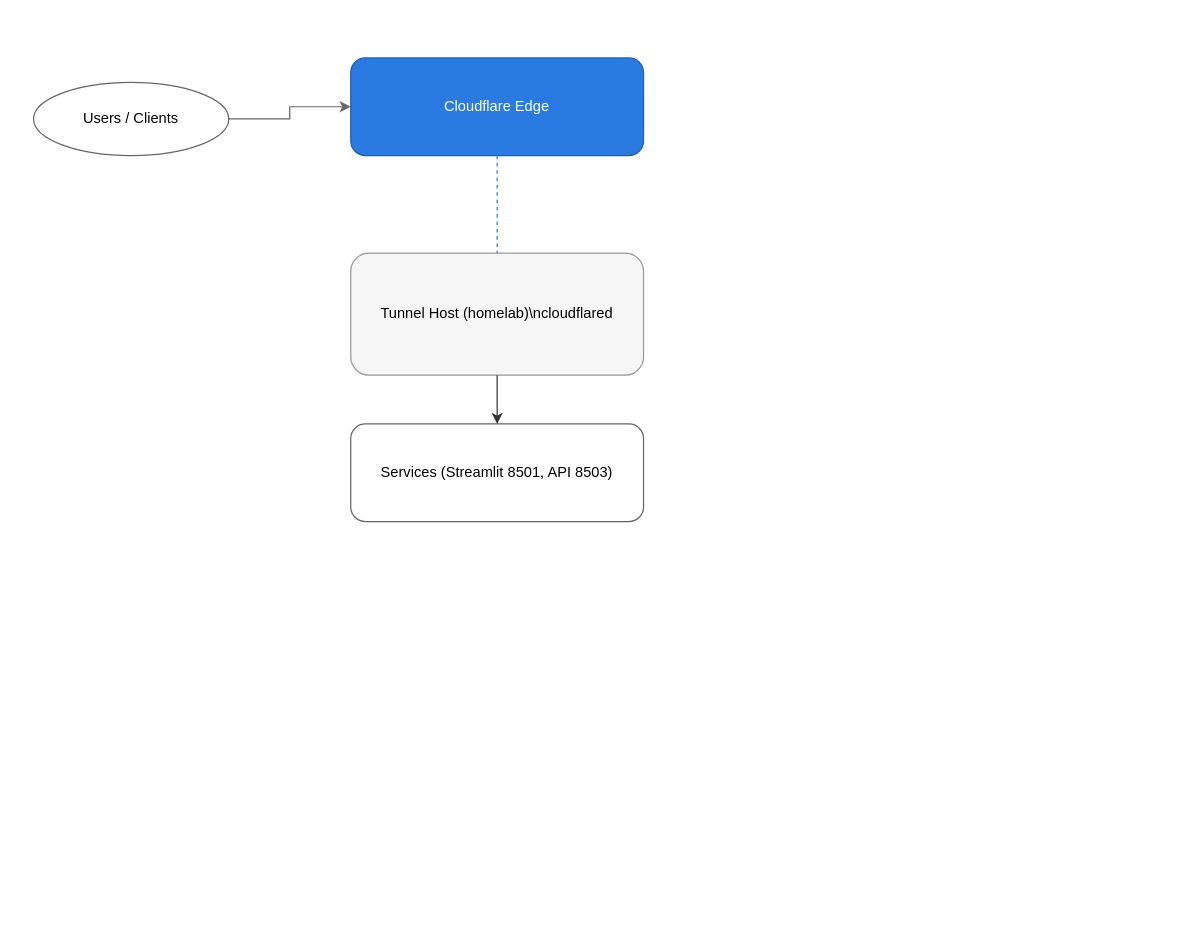
The draw.io diagram docs/diagrams/cloudflare_tunnel.drawio in eddiejdi/eddie-auto-dev, before the edit. Source tidied: cells renumbered, new cells numbered last; positions are measured from the earlier drawing's top-left corner, leaving out a move shared by most shapes. Both pictures are drawn from the tidied source at 122%, with x=0, y=0 at pixel (33, 57).
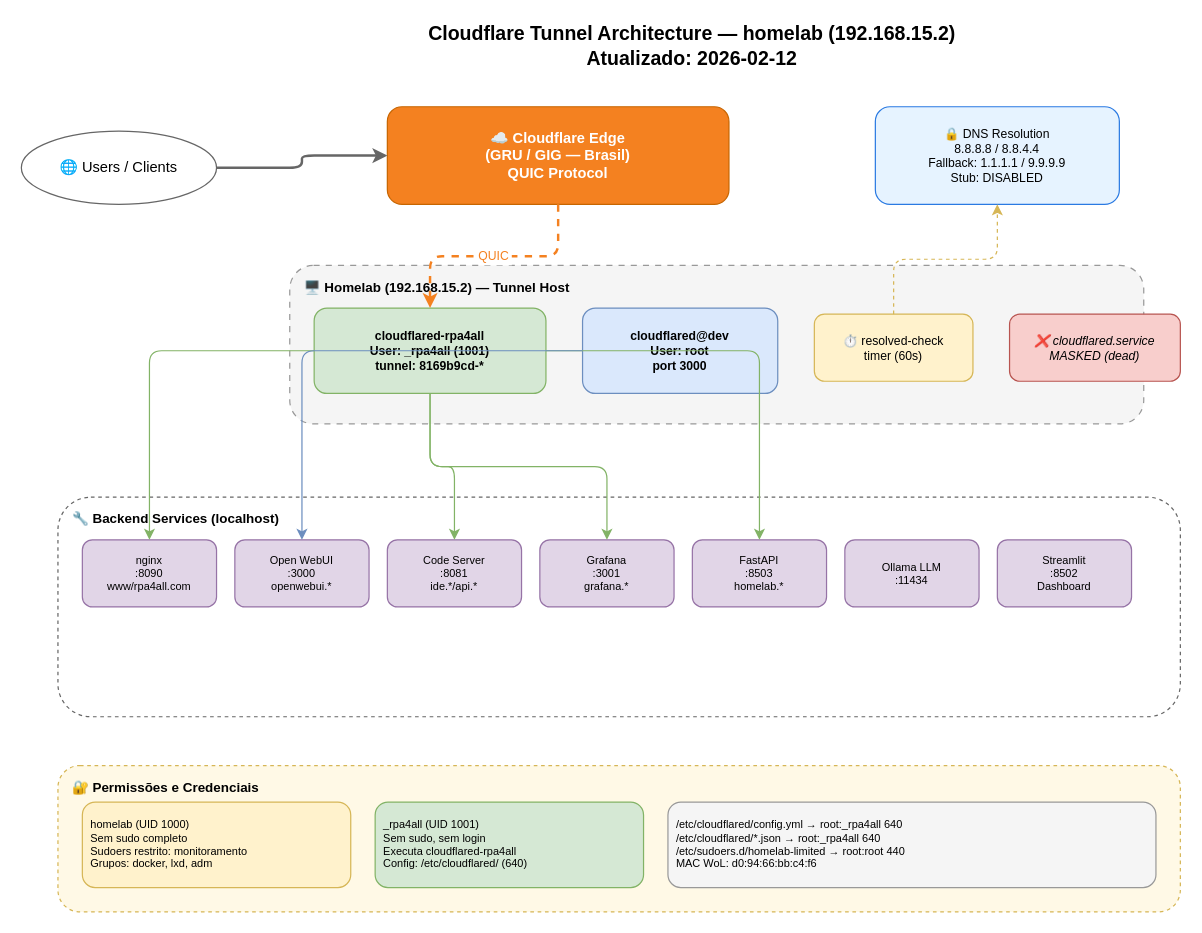
After the change.

Commit message (it also covers changes not shown here):
docs: atualizar documentação Cloudflare Tunnel — usuários, permissões e diagrama

Change to the diagram source:
```diff
@@
+    <mxCell id="9" value="Cloudflare Tunnel Architecture — homelab (192.168.15.2)&#10;Atualizado: 2026-02-12" style="text;html=1;strokeColor=none;fillColor=none;align=center;verticalAlign=middle;whiteSpace=wrap;rounded=0;fontSize=16;fontStyle=1;" parent="1" vertex="1">
+      <mxGeometry x="240" y="-30" width="600" height="40" as="geometry" />
+    </mxCell>
+    <mxCell id="3" value="🌐 Users / Clients" style="ellipse;whiteSpace=wrap;html=1;fillColor=#FFFFFF;strokeColor=#666666;fontSize=12;" parent="1" vertex="1">
+      <mxGeometry x="-10" y="60" width="160" height="60" as="geometry" />
+    </mxCell>
-    <mxCell id="2" value="Cloudflare Edge" style="rounded=1;whiteSpace=wrap;html=1;fillColor=#2a7ae2;fontColor=#ffffff;strokeColor=#1b5fb4;" parent="1" vertex="1">
-      <mxGeometry x="260" width="240" height="80" as="geometry" />
+    <mxCell id="2" value="☁️ Cloudflare Edge&#10;(GRU / GIG — Brasil)&#10;QUIC Protocol" style="rounded=1;whiteSpace=wrap;html=1;fillColor=#F48120;fontColor=#ffffff;strokeColor=#C76500;fontSize=12;fontStyle=1;" parent="1" vertex="1">
+      <mxGeometry x="290" y="40" width="280" height="80" as="geometry" />
     </mxCell>
-    <mxCell id="3" value="Users / Clients" style="ellipse;whiteSpace=wrap;html=1;fillColor=#ffffff;strokeColor=#666666;" parent="1" vertex="1">
-      <mxGeometry y="20" width="160" height="60" as="geometry" />
-    </mxCell>
-    <mxCell id="4" value="Tunnel Host (homelab)\ncloudflared" style="rounded=1;whiteSpace=wrap;html=1;fillColor=#f6f6f6;strokeColor=#999999;" parent="1" vertex="1">
-      <mxGeometry x="260" y="160" width="240" height="100" as="geometry" />
-    </mxCell>
-    <mxCell id="5" value="Services (Streamlit 8501, API 8503)" style="rounded=1;whiteSpace=wrap;html=1;fillColor=#ffffff;strokeColor=#666666;" parent="1" vertex="1">
-      <mxGeometry x="260" y="300" width="240" height="80" as="geometry" />
-    </mxCell>
+    <mxCell id="10" value="🔒 DNS Resolution&#10;8.8.8.8 / 8.8.4.4&#10;Fallback: 1.1.1.1 / 9.9.9.9&#10;Stub: DISABLED" style="rounded=1;whiteSpace=wrap;html=1;fillColor=#E6F3FF;strokeColor=#2a7ae2;fontSize=10;" parent="1" vertex="1">
+      <mxGeometry x="690" y="40" width="200" height="80" as="geometry" />
+    </mxCell>
+    <mxCell id="11" style="rounded=1;whiteSpace=wrap;html=1;fillColor=#F5F5F5;strokeColor=#999999;dashed=1;dashPattern=5 5;" parent="1" vertex="1">
+      <mxGeometry x="210" y="170" width="700" height="130" as="geometry" />
+    </mxCell>
+    <mxCell id="12" value="🖥️ Homelab (192.168.15.2) — Tunnel Host" style="text;html=1;strokeColor=none;fillColor=none;align=left;verticalAlign=top;whiteSpace=wrap;fontSize=11;fontStyle=1;" parent="1" vertex="1">
+      <mxGeometry x="220" y="175" width="350" height="20" as="geometry" />
+    </mxCell>
+    <mxCell id="13" value="cloudflared-rpa4all&#10;User: _rpa4all (1001)&#10;tunnel: 8169b9cd-*" style="rounded=1;whiteSpace=wrap;html=1;fillColor=#D5E8D4;strokeColor=#82B366;fontSize=10;fontStyle=1;" parent="1" vertex="1">
+      <mxGeometry x="230" y="205" width="190" height="70" as="geometry" />
+    </mxCell>
+    <mxCell id="14" value="cloudflared@dev&#10;User: root&#10;port 3000" style="rounded=1;whiteSpace=wrap;html=1;fillColor=#DAE8FC;strokeColor=#6C8EBF;fontSize=10;fontStyle=1;" parent="1" vertex="1">
+      <mxGeometry x="450" y="205" width="160" height="70" as="geometry" />
+    </mxCell>
+    <mxCell id="15" value="⏱️ resolved-check&#10;timer (60s)" style="rounded=1;whiteSpace=wrap;html=1;fillColor=#FFF2CC;strokeColor=#D6B656;fontSize=10;" parent="1" vertex="1">
+      <mxGeometry x="640" y="210" width="130" height="55" as="geometry" />
+    </mxCell>
+    <mxCell id="16" value="❌ cloudflared.service&#10;MASKED (dead)" style="rounded=1;whiteSpace=wrap;html=1;fillColor=#F8CECC;strokeColor=#B85450;fontSize=10;fontStyle=2;" parent="1" vertex="1">
+      <mxGeometry x="800" y="210" width="140" height="55" as="geometry" />
+    </mxCell>
+    <mxCell id="17" style="rounded=1;whiteSpace=wrap;html=1;fillColor=#FFFFFF;strokeColor=#666666;dashed=1;" parent="1" vertex="1">
+      <mxGeometry x="20" y="360" width="920" height="180" as="geometry" />
+    </mxCell>
+    <mxCell id="18" value="🔧 Backend Services (localhost)" style="text;html=1;strokeColor=none;fillColor=none;align=left;verticalAlign=top;whiteSpace=wrap;fontSize=11;fontStyle=1;" parent="1" vertex="1">
+      <mxGeometry x="30" y="365" width="300" height="20" as="geometry" />
+    </mxCell>
+    <mxCell id="19" value="nginx&#10;:8090&#10;www/rpa4all.com" style="rounded=1;whiteSpace=wrap;html=1;fillColor=#E1D5E7;strokeColor=#9673A6;fontSize=9;" parent="1" vertex="1">
+      <mxGeometry x="40" y="395" width="110" height="55" as="geometry" />
+    </mxCell>
+    <mxCell id="20" value="Open WebUI&#10;:3000&#10;openwebui.*" style="rounded=1;whiteSpace=wrap;html=1;fillColor=#E1D5E7;strokeColor=#9673A6;fontSize=9;" parent="1" vertex="1">
+      <mxGeometry x="165" y="395" width="110" height="55" as="geometry" />
+    </mxCell>
+    <mxCell id="21" value="Code Server&#10;:8081&#10;ide.*/api.*" style="rounded=1;whiteSpace=wrap;html=1;fillColor=#E1D5E7;strokeColor=#9673A6;fontSize=9;" parent="1" vertex="1">
+      <mxGeometry x="290" y="395" width="110" height="55" as="geometry" />
+    </mxCell>
+    <mxCell id="22" value="Grafana&#10;:3001&#10;grafana.*" style="rounded=1;whiteSpace=wrap;html=1;fillColor=#E1D5E7;strokeColor=#9673A6;fontSize=9;" parent="1" vertex="1">
+      <mxGeometry x="415" y="395" width="110" height="55" as="geometry" />
+    </mxCell>
+    <mxCell id="23" value="FastAPI&#10;:8503&#10;homelab.*" style="rounded=1;whiteSpace=wrap;html=1;fillColor=#E1D5E7;strokeColor=#9673A6;fontSize=9;" parent="1" vertex="1">
+      <mxGeometry x="540" y="395" width="110" height="55" as="geometry" />
+    </mxCell>
+    <mxCell id="24" value="Ollama LLM&#10;:11434" style="rounded=1;whiteSpace=wrap;html=1;fillColor=#E1D5E7;strokeColor=#9673A6;fontSize=9;" parent="1" vertex="1">
+      <mxGeometry x="665" y="395" width="110" height="55" as="geometry" />
+    </mxCell>
+    <mxCell id="25" value="Streamlit&#10;:8502&#10;Dashboard" style="rounded=1;whiteSpace=wrap;html=1;fillColor=#E1D5E7;strokeColor=#9673A6;fontSize=9;" parent="1" vertex="1">
+      <mxGeometry x="790" y="395" width="110" height="55" as="geometry" />
+    </mxCell>
+    <mxCell id="26" style="rounded=1;whiteSpace=wrap;html=1;fillColor=#FFF9E6;strokeColor=#D6B656;dashed=1;" parent="1" vertex="1">
+      <mxGeometry x="20" y="580" width="920" height="120" as="geometry" />
+    </mxCell>
+    <mxCell id="27" value="🔐 Permissões e Credenciais" style="text;html=1;strokeColor=none;fillColor=none;align=left;verticalAlign=top;whiteSpace=wrap;fontSize=11;fontStyle=1;" parent="1" vertex="1">
+      <mxGeometry x="30" y="585" width="300" height="20" as="geometry" />
+    </mxCell>
+    <mxCell id="28" value="homelab (UID 1000)&#10;Sem sudo completo&#10;Sudoers restrito: monitoramento&#10;Grupos: docker, lxd, adm" style="rounded=1;whiteSpace=wrap;html=1;fillColor=#FFF2CC;strokeColor=#D6B656;fontSize=9;align=left;spacingLeft=5;" parent="1" vertex="1">
+      <mxGeometry x="40" y="610" width="220" height="70" as="geometry" />
+    </mxCell>
+    <mxCell id="29" value="_rpa4all (UID 1001)&#10;Sem sudo, sem login&#10;Executa cloudflared-rpa4all&#10;Config: /etc/cloudflared/ (640)" style="rounded=1;whiteSpace=wrap;html=1;fillColor=#D5E8D4;strokeColor=#82B366;fontSize=9;align=left;spacingLeft=5;" parent="1" vertex="1">
+      <mxGeometry x="280" y="610" width="220" height="70" as="geometry" />
+    </mxCell>
+    <mxCell id="30" value="/etc/cloudflared/config.yml → root:_rpa4all 640&#10;/etc/cloudflared/*.json → root:_rpa4all 640&#10;/etc/sudoers.d/homelab-limited → root:root 440&#10;MAC WoL: d0:94:66:bb:c4:f6" style="rounded=1;whiteSpace=wrap;html=1;fillColor=#F5F5F5;strokeColor=#999999;fontSize=9;align=left;spacingLeft=5;" parent="1" vertex="1">
+      <mxGeometry x="520" y="610" width="400" height="70" as="geometry" />
+    </mxCell>
-    <mxCell id="6" style="edgeStyle=orthogonalEdgeStyle;rounded=0;strokeColor=#666666;endArrow=classic;" parent="1" edge="1" source="3" target="2">
+    <mxCell id="6" style="edgeStyle=orthogonalEdgeStyle;rounded=1;strokeColor=#666666;endArrow=classic;strokeWidth=2;" parent="1" edge="1" source="3" target="2">
       <mxGeometry relative="1" as="geometry" />
     </mxCell>
-    <mxCell id="7" style="edgeStyle=orthogonalEdgeStyle;rounded=0;strokeColor=#2a7ae2;dashed=1;endArrow=none;" parent="1" edge="1" source="2" target="4">
-      <mxGeometry relative="1" as="geometry" />
-    </mxCell>
-    <mxCell id="8" style="edgeStyle=orthogonalEdgeStyle;rounded=0;strokeColor=#333333;endArrow=classic;" parent="1" edge="1" source="4" target="5">
-      <mxGeometry relative="1" as="geometry" />
-    </mxCell>
+    <mxCell id="31" value="QUIC" style="edgeStyle=orthogonalEdgeStyle;rounded=1;strokeColor=#F48120;dashed=1;endArrow=classic;strokeWidth=2;fontColor=#F48120;fontSize=10;" parent="1" edge="1" source="2" target="13">
+      <mxGeometry relative="1" as="geometry" />
+    </mxCell>
+    <mxCell id="32" style="edgeStyle=orthogonalEdgeStyle;rounded=1;strokeColor=#82B366;endArrow=classic;strokeWidth=1;" parent="1" edge="1" source="13" target="19">
+      <mxGeometry relative="1" as="geometry" />
+    </mxCell>
+    <mxCell id="33" style="edgeStyle=orthogonalEdgeStyle;rounded=1;strokeColor=#82B366;endArrow=classic;strokeWidth=1;" parent="1" edge="1" source="13" target="21">
+      <mxGeometry relative="1" as="geometry" />
+    </mxCell>
+    <mxCell id="34" style="edgeStyle=orthogonalEdgeStyle;rounded=1;strokeColor=#82B366;endArrow=classic;strokeWidth=1;" parent="1" edge="1" source="13" target="22">
+      <mxGeometry relative="1" as="geometry" />
+    </mxCell>
+    <mxCell id="35" style="edgeStyle=orthogonalEdgeStyle;rounded=1;strokeColor=#82B366;endArrow=classic;strokeWidth=1;" parent="1" edge="1" source="13" target="23">
+      <mxGeometry relative="1" as="geometry" />
+    </mxCell>
+    <mxCell id="36" style="edgeStyle=orthogonalEdgeStyle;rounded=1;strokeColor=#6C8EBF;endArrow=classic;strokeWidth=1;" parent="1" edge="1" source="14" target="20">
+      <mxGeometry relative="1" as="geometry" />
+    </mxCell>
+    <mxCell id="37" style="edgeStyle=orthogonalEdgeStyle;rounded=1;strokeColor=#D6B656;endArrow=classic;strokeWidth=1;dashed=1;" parent="1" edge="1" source="15" target="10">
+      <mxGeometry relative="1" as="geometry" />
+    </mxCell>
```
